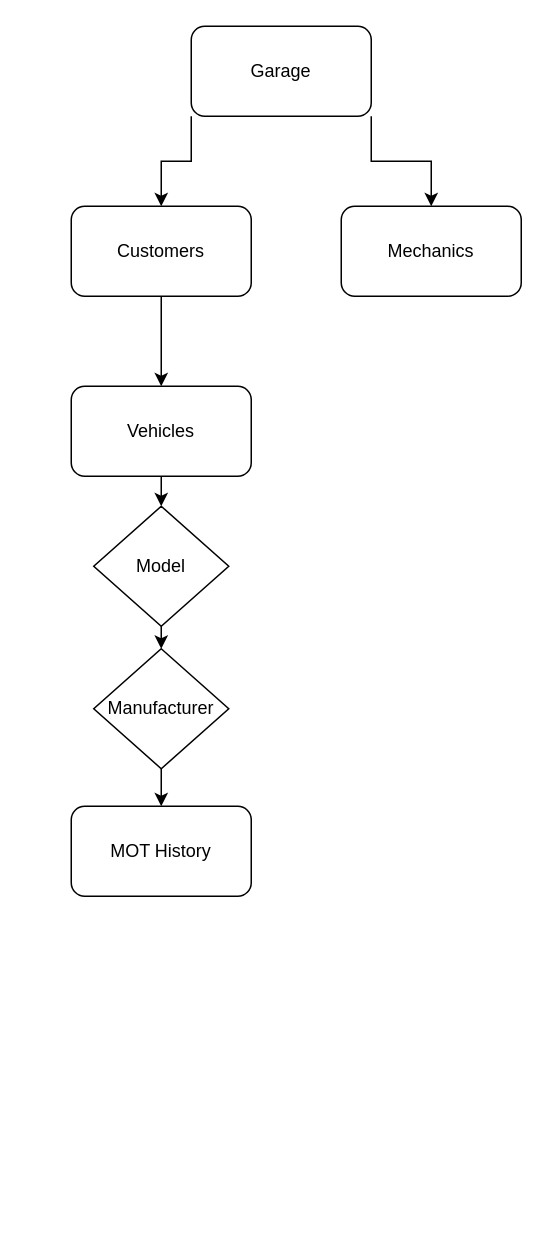
Before: Untitled Diagram.drawio in WalterWQ/WalterWQ, a draw.io diagram. Source tidied: cells renumbered, new cells numbered last; positions are measured from the earlier drawing's top-left corner, leaving out a move shared by most shapes. Both pictures are drawn from the tidied source at 150%, with x=0, y=0 at pixel (70, 26).
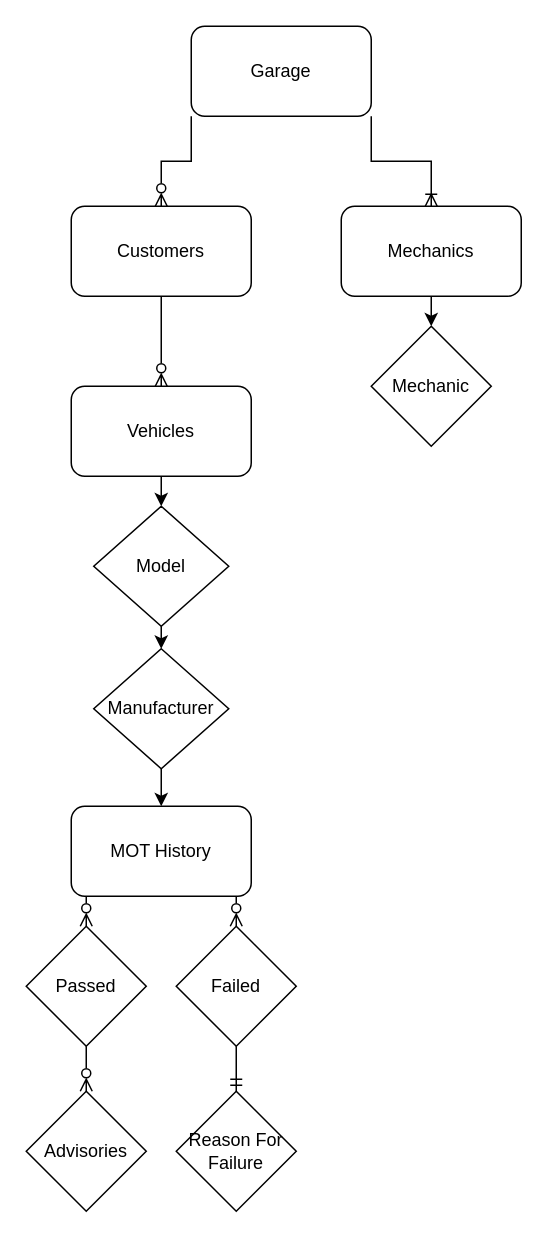
The same page after the edit.

The change refers to these unchanged cells:
```xml
<mxCell id="3" value="Customers" style="rounded=1;whiteSpace=wrap;html=1;" parent="1" vertex="1">
  <mxGeometry y="120" width="120" height="60" as="geometry" />
</mxCell>
<mxCell id="5" value="Vehicles" style="rounded=1;whiteSpace=wrap;html=1;" parent="1" vertex="1">
  <mxGeometry y="240" width="120" height="60" as="geometry" />
</mxCell>
<mxCell id="8" value="Garage" style="rounded=1;whiteSpace=wrap;html=1;" parent="1" vertex="1">
  <mxGeometry x="80" width="120" height="60" as="geometry" />
</mxCell>
<mxCell id="9" value="Mechanics" style="rounded=1;whiteSpace=wrap;html=1;" parent="1" vertex="1">
  <mxGeometry x="180" y="120" width="120" height="60" as="geometry" />
</mxCell>
<mxCell id="10" value="MOT History" style="rounded=1;whiteSpace=wrap;html=1;" parent="1" vertex="1">
  <mxGeometry y="520" width="120" height="60" as="geometry" />
</mxCell>
```

The edit, as a diff of the source:
```diff
@@
-    <mxCell id="2" style="edgeStyle=orthogonalEdgeStyle;rounded=0;jettySize=auto;html=1;exitX=0.5;exitY=1;exitDx=0;exitDy=0;entryX=0.5;entryY=0;entryDx=0;entryDy=0;" parent="1" edge="1" source="3" target="5">
+    <mxCell id="2" style="edgeStyle=orthogonalEdgeStyle;rounded=0;jettySize=auto;html=1;exitX=0.5;exitY=1;exitDx=0;exitDy=0;entryX=0.5;entryY=0;entryDx=0;entryDy=0;endArrow=ERzeroToMany;endFill=0;" parent="1" edge="1" source="3" target="5">
       <mxGeometry relative="1" as="geometry" />
     </mxCell>
@@
-    <mxCell id="6" style="edgeStyle=orthogonalEdgeStyle;rounded=0;jettySize=auto;html=1;exitX=0;exitY=1;exitDx=0;exitDy=0;entryX=0.5;entryY=0;entryDx=0;entryDy=0;" parent="1" edge="1" source="8" target="3">
+    <mxCell id="6" style="edgeStyle=orthogonalEdgeStyle;rounded=0;jettySize=auto;html=1;exitX=0;exitY=1;exitDx=0;exitDy=0;entryX=0.5;entryY=0;entryDx=0;entryDy=0;endArrow=ERzeroToMany;endFill=0;" parent="1" edge="1" source="8" target="3">
       <mxGeometry relative="1" as="geometry" />
     </mxCell>
-    <mxCell id="7" style="edgeStyle=orthogonalEdgeStyle;rounded=0;jettySize=auto;html=1;exitX=1;exitY=1;exitDx=0;exitDy=0;entryX=0.5;entryY=0;entryDx=0;entryDy=0;" parent="1" edge="1" source="8" target="9">
+    <mxCell id="7" style="edgeStyle=orthogonalEdgeStyle;rounded=0;jettySize=auto;html=1;exitX=1;exitY=1;exitDx=0;exitDy=0;entryX=0.5;entryY=0;entryDx=0;entryDy=0;endArrow=ERoneToMany;endFill=0;" parent="1" edge="1" source="8" target="9">
       <mxGeometry relative="1" as="geometry" />
     </mxCell>
@@
+    <mxCell id="15" style="edgeStyle=orthogonalEdgeStyle;rounded=0;jettySize=auto;html=1;exitX=0.5;exitY=1;exitDx=0;exitDy=0;entryX=0.5;entryY=0;entryDx=0;entryDy=0;" parent="1" edge="1" source="9" target="18">
+      <mxGeometry relative="1" as="geometry" />
+    </mxCell>
@@
+    <mxCell id="16" style="edgeStyle=orthogonalEdgeStyle;rounded=0;jettySize=auto;html=1;exitX=0.25;exitY=1;exitDx=0;exitDy=0;entryX=0.5;entryY=0;entryDx=0;entryDy=0;endArrow=ERzeroToMany;endFill=0;" parent="1" edge="1" source="10" target="20">
+      <mxGeometry relative="1" as="geometry" />
+    </mxCell>
+    <mxCell id="17" style="edgeStyle=orthogonalEdgeStyle;rounded=0;jettySize=auto;html=1;exitX=0.75;exitY=1;exitDx=0;exitDy=0;entryX=0.5;entryY=0;entryDx=0;entryDy=0;endArrow=ERzeroToMany;endFill=0;" parent="1" edge="1" source="10" target="22">
+      <mxGeometry relative="1" as="geometry" />
+    </mxCell>
@@
+    <mxCell id="18" value="Mechanic" style="rhombus;whiteSpace=wrap;html=1;" parent="1" vertex="1">
+      <mxGeometry x="200" y="200" width="80" height="80" as="geometry" />
+    </mxCell>
+    <mxCell id="19" style="edgeStyle=orthogonalEdgeStyle;rounded=0;jettySize=auto;html=1;exitX=0.5;exitY=1;exitDx=0;exitDy=0;entryX=0.5;entryY=0;entryDx=0;entryDy=0;endArrow=ERzeroToMany;endFill=0;" parent="1" edge="1" source="20" target="24">
+      <mxGeometry relative="1" as="geometry" />
+    </mxCell>
+    <mxCell id="20" value="Passed" style="rhombus;whiteSpace=wrap;html=1;" parent="1" vertex="1">
+      <mxGeometry x="-30" y="600" width="80" height="80" as="geometry" />
+    </mxCell>
+    <mxCell id="21" style="edgeStyle=orthogonalEdgeStyle;rounded=0;jettySize=auto;html=1;exitX=0.5;exitY=1;exitDx=0;exitDy=0;entryX=0.5;entryY=0;entryDx=0;entryDy=0;endArrow=ERmandOne;endFill=0;" parent="1" edge="1" source="22" target="23">
+      <mxGeometry relative="1" as="geometry" />
+    </mxCell>
+    <mxCell id="22" value="Failed" style="rhombus;whiteSpace=wrap;html=1;" parent="1" vertex="1">
+      <mxGeometry x="70" y="600" width="80" height="80" as="geometry" />
+    </mxCell>
+    <mxCell id="23" value="Reason For Failure" style="rhombus;whiteSpace=wrap;html=1;" parent="1" vertex="1">
+      <mxGeometry x="70" y="710" width="80" height="80" as="geometry" />
+    </mxCell>
+    <mxCell id="24" value="Advisories" style="rhombus;whiteSpace=wrap;html=1;" parent="1" vertex="1">
+      <mxGeometry x="-30" y="710" width="80" height="80" as="geometry" />
+    </mxCell>
```
